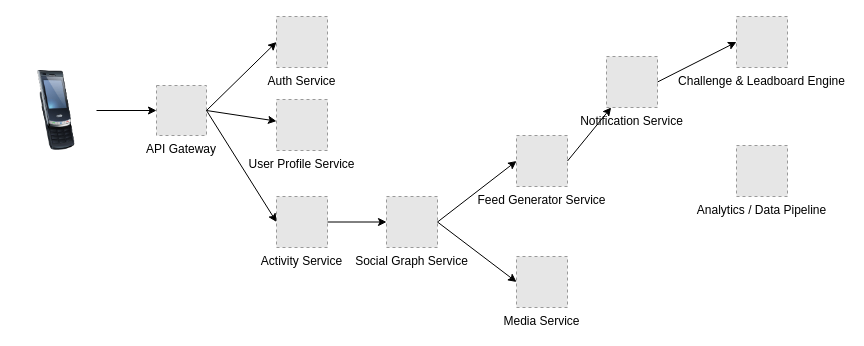
The draw.io diagram strava-like/docs/img/architecture.drawio in sasadangelo/software-architect-blueprints, before the edit. Source tidied: cells renumbered, new cells numbered last; positions are measured from the earlier drawing's top-left corner, leaving out a move shared by most shapes. Both pictures are drawn from the tidied source at 100%, with x=0, y=0 at pixel (16, 16). Pictures stored in the file or linked from it are replaced by grey dashed boxes.
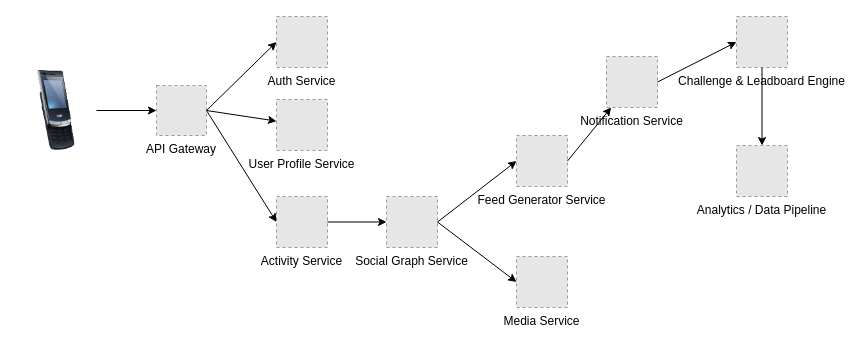
The same diagram, later.

Commit message (it also covers changes not shown here):
Fix architecture diagram

The change refers to these unchanged cells:
```xml
<mxCell id="19" value="Challenge &amp; Leadboard Engine" style="fillColor=#E6E6E6;strokeColor=#999999;dashed=1;verticalLabelPosition=bottom;labelBackgroundColor=default;verticalAlign=top;" parent="1" vertex="1">
  <mxGeometry x="720" width="51" height="51" as="geometry" />
</mxCell>
<mxCell id="21" value="Analytics / Data Pipeline" style="fillColor=#E6E6E6;strokeColor=#999999;dashed=1;verticalLabelPosition=bottom;labelBackgroundColor=default;verticalAlign=top;" parent="1" vertex="1">
  <mxGeometry x="720" y="129" width="51" height="51" as="geometry" />
</mxCell>
```

The edit, as a diff of the source:
```diff
@@
+    <mxCell id="22" style="endArrow=classic;html=1;rounded=0;exitX=0.5;exitY=1;exitDx=0;exitDy=0;entryX=0.5;entryY=0;entryDx=0;entryDy=0;" parent="1" edge="1" source="19" target="21">
+      <mxGeometry relative="1" as="geometry" />
+    </mxCell>
```
